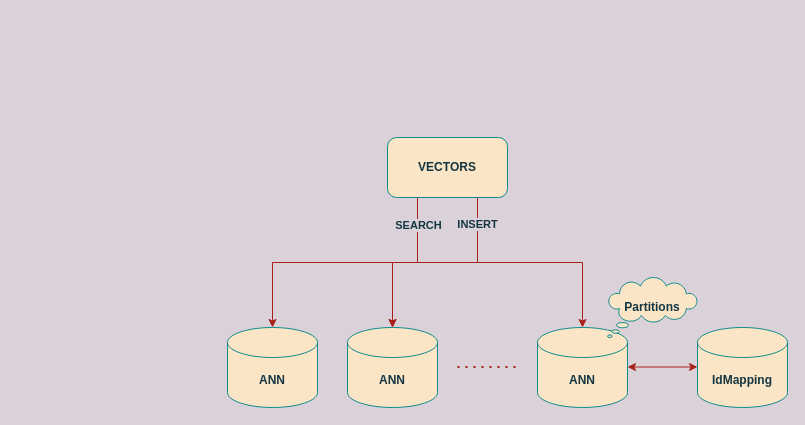
The draw.io diagram ann.drawio in yuanjie-ai/000drawio, before the edit. Source tidied: cells renumbered, new cells numbered last; positions are measured from the earlier drawing's top-left corner, leaving out a move shared by most shapes. Both pictures are drawn from the tidied source at 100%, with x=0, y=0 at pixel (227, 137).
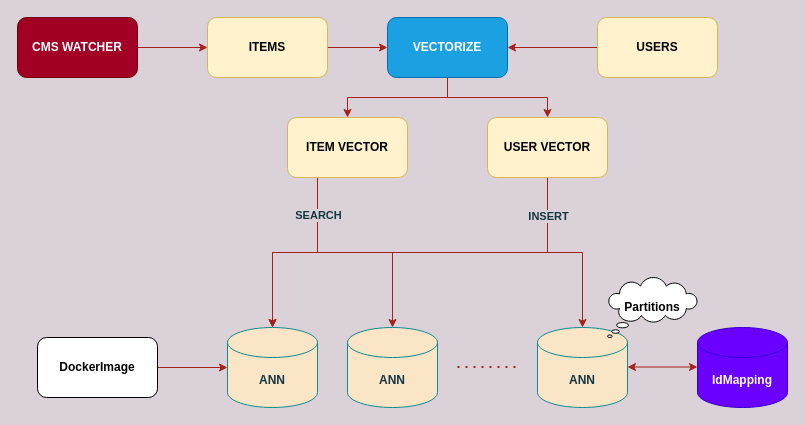
The same page after the edit.

Unchanged cells that the change refers to:
```xml
<mxCell id="11" value="&lt;b&gt;ANN&lt;/b&gt;" style="shape=cylinder3;whiteSpace=wrap;html=1;boundedLbl=1;backgroundOutline=1;size=15;fillColor=#FAE5C7;strokeColor=#0F8B8D;fontColor=#143642;" parent="1" vertex="1">
  <mxGeometry y="190" width="90" height="80" as="geometry" />
</mxCell>
<mxCell id="12" value="&lt;b&gt;ANN&lt;/b&gt;" style="shape=cylinder3;whiteSpace=wrap;html=1;boundedLbl=1;backgroundOutline=1;size=15;fillColor=#FAE5C7;strokeColor=#0F8B8D;fontColor=#143642;" parent="1" vertex="1">
  <mxGeometry x="120" y="190" width="90" height="80" as="geometry" />
</mxCell>
```

The edit, as a diff of the source:
```diff
@@
-    <mxCell id="6" style="edgeStyle=orthogonalEdgeStyle;rounded=0;jettySize=auto;html=1;exitX=0.75;exitY=1;exitDx=0;exitDy=0;entryX=0.5;entryY=0;entryDx=0;entryDy=0;entryPerimeter=0;labelBackgroundColor=#DAD2D8;strokeColor=#A8201A;fontColor=#143642;" parent="1" edge="1" source="10" target="12">
-      <mxGeometry relative="1" as="geometry" />
-    </mxCell>
-    <mxCell id="7" style="edgeLabel;html=1;align=center;verticalAlign=middle;labelBackgroundColor=#DAD2D8;fontColor=#143642;" parent="6" vertex="1">
-      <mxGeometry x="-0.77" relative="1" as="geometry" />
-    </mxCell>
-    <mxCell id="8" style="edgeLabel;html=1;align=center;verticalAlign=middle;labelBackgroundColor=#DAD2D8;fontColor=#143642;" parent="6" vertex="1">
-      <mxGeometry x="-0.7" relative="1" as="geometry" />
-    </mxCell>
-    <mxCell id="9" value="&lt;b&gt;INSERT&lt;/b&gt;" style="edgeLabel;html=1;align=center;verticalAlign=middle;labelBackgroundColor=#DAD2D8;fontColor=#143642;" parent="6" vertex="1">
-      <mxGeometry x="-0.76" y="-1" relative="1" as="geometry" />
-    </mxCell>
-    <mxCell id="10" value="&lt;span&gt;&lt;b&gt;VECTORS&lt;/b&gt;&lt;/span&gt;" style="rounded=1;whiteSpace=wrap;html=1;fillColor=#FAE5C7;strokeColor=#0F8B8D;fontColor=#143642;" parent="1" vertex="1">
-      <mxGeometry x="160" width="120" height="60" as="geometry" />
+    <mxCell id="10" value="&lt;b&gt;ITEM VECTOR&lt;/b&gt;" style="rounded=1;whiteSpace=wrap;html=1;fillColor=#fff2cc;strokeColor=#d6b656;" parent="1" vertex="1">
+      <mxGeometry x="60" y="-20" width="120" height="60" as="geometry" />
     </mxCell>
@@
-    <mxCell id="15" value="&lt;b&gt;IdMapping&lt;/b&gt;" style="shape=cylinder3;whiteSpace=wrap;html=1;boundedLbl=1;backgroundOutline=1;size=15;fillColor=#FAE5C7;strokeColor=#0F8B8D;fontColor=#143642;" parent="1" vertex="1">
+    <mxCell id="15" value="&lt;b&gt;IdMapping&lt;/b&gt;" style="shape=cylinder3;whiteSpace=wrap;html=1;boundedLbl=1;backgroundOutline=1;size=15;fillColor=#6a00ff;strokeColor=#3700CC;fontColor=#ffffff;" parent="1" vertex="1">
       <mxGeometry x="470" y="190" width="90" height="80" as="geometry" />
     </mxCell>
-    <mxCell id="16" value="&lt;b&gt;Partitions&lt;/b&gt;" style="whiteSpace=wrap;html=1;shape=mxgraph.basic.cloud_callout;fillColor=#FAE5C7;strokeColor=#0F8B8D;fontColor=#143642;" parent="1" vertex="1">
+    <mxCell id="16" value="&lt;b&gt;Partitions&lt;/b&gt;" style="whiteSpace=wrap;html=1;shape=mxgraph.basic.cloud_callout;" parent="1" vertex="1">
       <mxGeometry x="380" y="140" width="90" height="60" as="geometry" />
     </mxCell>
@@
+    <mxCell id="18" style="edgeStyle=orthogonalEdgeStyle;rounded=0;jettySize=auto;html=1;exitX=1;exitY=0.5;exitDx=0;exitDy=0;entryX=0;entryY=0.5;entryDx=0;entryDy=0;entryPerimeter=0;labelBackgroundColor=#DAD2D8;strokeColor=#A8201A;fontColor=#143642;" parent="1" edge="1" source="19" target="11">
+      <mxGeometry relative="1" as="geometry" />
+    </mxCell>
+    <mxCell id="19" value="&lt;b&gt;DockerImage&lt;/b&gt;" style="rounded=1;whiteSpace=wrap;html=1;" parent="1" vertex="1">
+      <mxGeometry x="-190" y="200" width="120" height="60" as="geometry" />
+    </mxCell>
+    <mxCell id="20" style="edgeStyle=orthogonalEdgeStyle;rounded=0;jettySize=auto;html=1;exitX=0.5;exitY=1;exitDx=0;exitDy=0;labelBackgroundColor=#DAD2D8;strokeColor=#A8201A;fontColor=#143642;" parent="1" edge="1" source="22" target="10">
+      <mxGeometry relative="1" as="geometry" />
+    </mxCell>
+    <mxCell id="21" style="edgeStyle=orthogonalEdgeStyle;rounded=0;jettySize=auto;html=1;exitX=0.5;exitY=1;exitDx=0;exitDy=0;entryX=0.5;entryY=0;entryDx=0;entryDy=0;labelBackgroundColor=#DAD2D8;strokeColor=#A8201A;fontColor=#143642;" parent="1" edge="1" source="22" target="29">
+      <mxGeometry relative="1" as="geometry" />
+    </mxCell>
+    <mxCell id="22" value="&lt;span&gt;VECTORIZE&lt;/span&gt;" style="rounded=1;whiteSpace=wrap;html=1;fillColor=#1ba1e2;strokeColor=#006EAF;fontColor=#ffffff;fontStyle=1;" parent="1" vertex="1">
+      <mxGeometry x="160" y="-120" width="120" height="60" as="geometry" />
+    </mxCell>
+    <mxCell id="23" style="edgeStyle=orthogonalEdgeStyle;rounded=0;jettySize=auto;html=1;exitX=1;exitY=0.5;exitDx=0;exitDy=0;entryX=0;entryY=0.5;entryDx=0;entryDy=0;labelBackgroundColor=#DAD2D8;strokeColor=#A8201A;fontColor=#143642;" parent="1" edge="1" source="24" target="22">
+      <mxGeometry relative="1" as="geometry" />
+    </mxCell>
+    <mxCell id="24" value="&lt;b&gt;ITEMS&lt;/b&gt;" style="rounded=1;whiteSpace=wrap;html=1;fillColor=#fff2cc;strokeColor=#d6b656;" parent="1" vertex="1">
+      <mxGeometry x="-20" y="-120" width="120" height="60" as="geometry" />
+    </mxCell>
+    <mxCell id="25" style="edgeStyle=orthogonalEdgeStyle;rounded=0;jettySize=auto;html=1;exitX=0;exitY=0.5;exitDx=0;exitDy=0;labelBackgroundColor=#DAD2D8;strokeColor=#A8201A;fontColor=#143642;" parent="1" edge="1" source="26" target="22">
+      <mxGeometry relative="1" as="geometry" />
+    </mxCell>
+    <mxCell id="26" value="&lt;b&gt;USERS&lt;/b&gt;" style="rounded=1;whiteSpace=wrap;html=1;fillColor=#fff2cc;strokeColor=#d6b656;" parent="1" vertex="1">
+      <mxGeometry x="370" y="-120" width="120" height="60" as="geometry" />
+    </mxCell>
+    <mxCell id="27" style="edgeStyle=orthogonalEdgeStyle;rounded=0;jettySize=auto;html=1;exitX=0.5;exitY=1;exitDx=0;exitDy=0;entryX=0.5;entryY=0;entryDx=0;entryDy=0;entryPerimeter=0;labelBackgroundColor=#DAD2D8;strokeColor=#A8201A;fontColor=#143642;" parent="1" edge="1" source="29" target="11">
+      <mxGeometry relative="1" as="geometry" />
+    </mxCell>
+    <mxCell id="28" value="INSERT" style="edgeLabel;html=1;align=center;verticalAlign=middle;labelBorderColor=none;noLabel=1;labelBackgroundColor=#DAD2D8;fontColor=#143642;" parent="27" vertex="1">
+      <mxGeometry x="-0.85" y="1" relative="1" as="geometry" />
+    </mxCell>
+    <mxCell id="9" value="&lt;b&gt;INSERT&lt;/b&gt;" style="edgeLabel;html=1;align=center;verticalAlign=middle;labelBackgroundColor=#DAD2D8;fontColor=#143642;" parent="27" vertex="1">
+      <mxGeometry x="-0.82" relative="1" as="geometry" />
+    </mxCell>
+    <mxCell id="29" value="&lt;span&gt;&lt;b&gt;USER VECTOR&lt;/b&gt;&lt;/span&gt;" style="rounded=1;whiteSpace=wrap;html=1;fillColor=#fff2cc;strokeColor=#d6b656;" parent="1" vertex="1">
+      <mxGeometry x="260" y="-20" width="120" height="60" as="geometry" />
+    </mxCell>
+    <mxCell id="30" style="edgeStyle=orthogonalEdgeStyle;rounded=0;jettySize=auto;html=1;exitX=1;exitY=0.5;exitDx=0;exitDy=0;labelBackgroundColor=#DAD2D8;strokeColor=#A8201A;fontColor=#143642;" parent="1" edge="1" source="31" target="24">
+      <mxGeometry relative="1" as="geometry" />
+    </mxCell>
+    <mxCell id="31" value="&lt;b&gt;CMS WATCHER&lt;/b&gt;" style="rounded=1;whiteSpace=wrap;html=1;fillColor=#a20025;strokeColor=#6F0000;fontColor=#ffffff;" parent="1" vertex="1">
+      <mxGeometry x="-210" y="-120" width="120" height="60" as="geometry" />
+    </mxCell>
```
